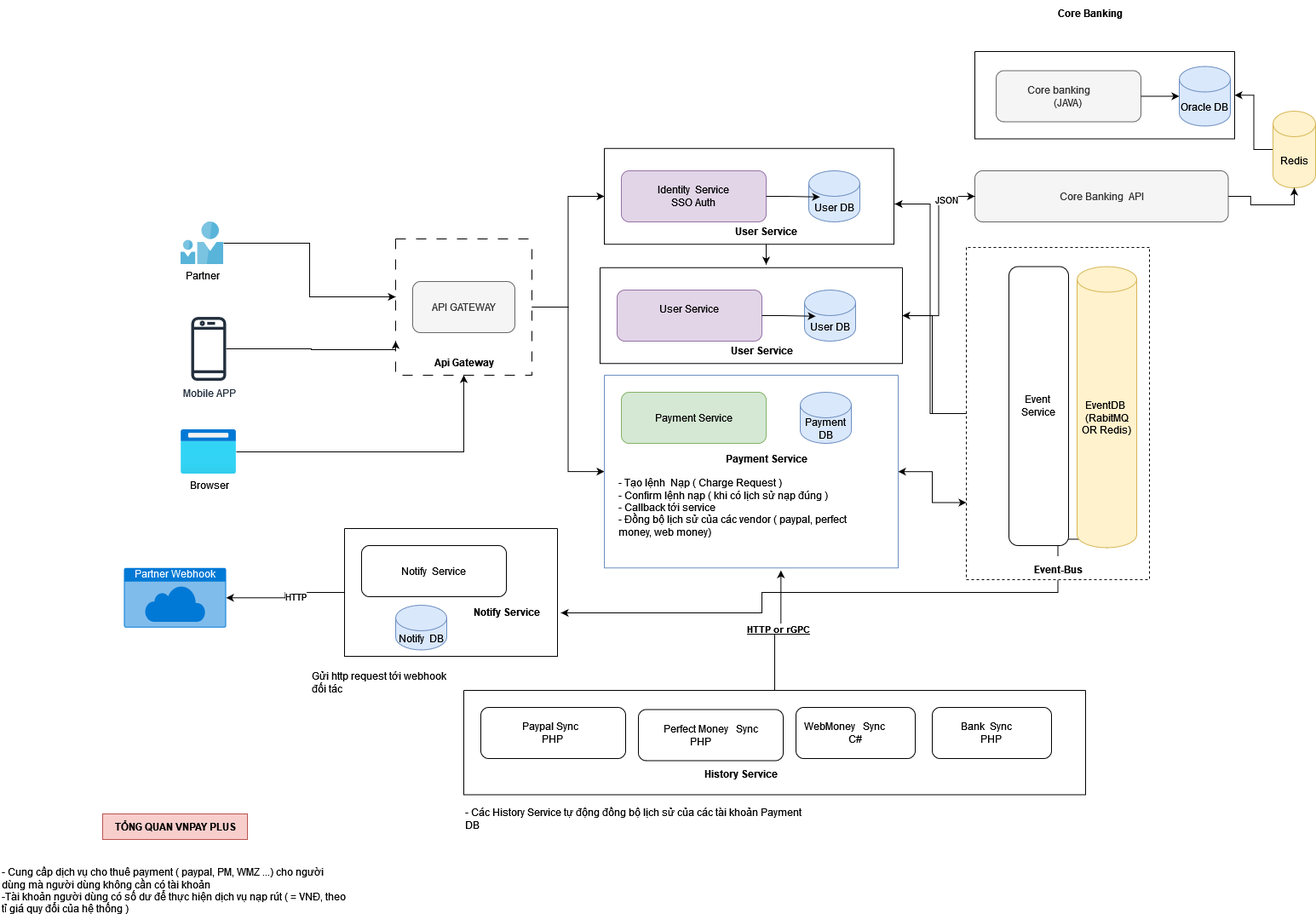
Earlier version of the draw.io export Vivi servicer.drawio.png (bachdev/diagram). Source tidied: cells renumbered, new cells last; positions are measured from the earlier drawing's top-left corner, leaving out a move shared by most shapes. Source of this version:
```xml
<mxGraphModel>
  <root>
    <mxCell id="0" />
    <mxCell id="1" parent="0" />
    <mxCell id="2" style="edgeStyle=orthogonalEdgeStyle;rounded=0;jettySize=auto;html=1;entryX=0;entryY=0.5;entryDx=0;entryDy=0;" parent="1" edge="1" source="4" target="12">
      <mxGeometry relative="1" as="geometry" />
    </mxCell>
    <mxCell id="3" style="edgeStyle=orthogonalEdgeStyle;rounded=0;jettySize=auto;html=1;entryX=0;entryY=0.5;entryDx=0;entryDy=0;" parent="1" edge="1" source="4" target="19">
      <mxGeometry relative="1" as="geometry" />
    </mxCell>
    <mxCell id="4" value="API GATEWAY" style="swimlane;startSize=0;fontColor=none;noLabel=1;dashed=1;dashPattern=12 12;" parent="1" vertex="1">
      <mxGeometry x="464" y="280" width="160" height="160" as="geometry" />
    </mxCell>
    <mxCell id="5" value="API GATEWAY" style="rounded=1;whiteSpace=wrap;html=1;fillColor=#f5f5f5;fontColor=#333333;strokeColor=#666666;" parent="4" vertex="1">
      <mxGeometry x="20" y="50" width="120" height="60" as="geometry" />
    </mxCell>
    <mxCell id="6" value="&lt;b&gt;Api Gateway&lt;br&gt;&lt;/b&gt;" style="text;html=1;align=center;verticalAlign=middle;points=[];strokeColor=none;fillColor=none;" parent="4" vertex="1">
      <mxGeometry x="35" y="130" width="90" height="30" as="geometry" />
    </mxCell>
    <mxCell id="7" value="Core Banking&amp;nbsp; API" style="rounded=1;whiteSpace=wrap;html=1;fillColor=#f5f5f5;strokeColor=#666666;fontColor=#333333;" parent="1" vertex="1">
      <mxGeometry x="1144" y="200" width="297.5" height="60" as="geometry" />
    </mxCell>
    <mxCell id="8" value="Post" style="swimlane;startSize=0;rounded=1;shadow=0;fontColor=none;labelBackgroundColor=none;noLabel=1;" parent="1" vertex="1">
      <mxGeometry x="1144" y="60" width="305" height="102.5" as="geometry" />
    </mxCell>
    <mxCell id="9" value="&lt;div&gt;Core banking&lt;span style=&quot;white-space: pre;&quot;&gt;&#9;&lt;/span&gt;&lt;/div&gt;&lt;div&gt;&lt;span style=&quot;white-space: pre;&quot;&gt;(JAVA)&lt;br&gt;&lt;/span&gt;&lt;/div&gt;" style="rounded=1;whiteSpace=wrap;html=1;fillColor=#f5f5f5;strokeColor=#666666;fontColor=#333333;" parent="8" vertex="1">
      <mxGeometry x="25" y="22.5" width="170" height="60" as="geometry" />
    </mxCell>
    <mxCell id="10" value="Oracle DB" style="shape=cylinder3;whiteSpace=wrap;html=1;boundedLbl=1;backgroundOutline=1;size=15;fillColor=#dae8fc;strokeColor=#6c8ebf;" parent="8" vertex="1">
      <mxGeometry x="240" y="17.5" width="60" height="70" as="geometry" />
    </mxCell>
    <mxCell id="11" style="edgeStyle=orthogonalEdgeStyle;rounded=0;jettySize=auto;html=1;" parent="8" edge="1" source="9" target="10">
      <mxGeometry relative="1" as="geometry" />
    </mxCell>
    <mxCell id="12" value="Post" style="swimlane;startSize=0;rounded=1;shadow=0;fontColor=none;labelBackgroundColor=none;noLabel=1;" parent="1" vertex="1">
      <mxGeometry x="709" y="173.8" width="340" height="112.5" as="geometry" />
    </mxCell>
    <mxCell id="13" style="edgeStyle=orthogonalEdgeStyle;rounded=0;jettySize=auto;html=1;" parent="12" edge="1" source="14">
      <mxGeometry relative="1" as="geometry">
        <mxPoint x="190" y="136.2" as="targetPoint" />
      </mxGeometry>
    </mxCell>
    <mxCell id="14" value="&lt;b&gt;User Service&lt;br&gt;&lt;/b&gt;" style="text;html=1;align=center;verticalAlign=middle;points=[];strokeColor=none;fillColor=none;" parent="12" vertex="1">
      <mxGeometry x="140" y="82.5" width="100" height="30" as="geometry" />
    </mxCell>
    <mxCell id="15" value="&lt;div&gt;Identity&amp;nbsp; Service&lt;/div&gt;&lt;div&gt;SSO Auth &lt;br&gt;&lt;/div&gt;" style="rounded=1;whiteSpace=wrap;html=1;fillColor=#e1d5e7;strokeColor=#9673a6;" parent="12" vertex="1">
      <mxGeometry x="20" y="26.2" width="170" height="60" as="geometry" />
    </mxCell>
    <mxCell id="16" value="User DB" style="shape=cylinder3;whiteSpace=wrap;html=1;boundedLbl=1;backgroundOutline=1;size=15;fillColor=#dae8fc;strokeColor=#6c8ebf;" parent="12" vertex="1">
      <mxGeometry x="240" y="26.2" width="60" height="60" as="geometry" />
    </mxCell>
    <mxCell id="17" style="edgeStyle=orthogonalEdgeStyle;rounded=0;jettySize=auto;html=1;entryX=0.217;entryY=0.513;entryDx=0;entryDy=0;entryPerimeter=0;" parent="12" edge="1" source="15" target="16">
      <mxGeometry relative="1" as="geometry" />
    </mxCell>
    <mxCell id="18" style="edgeStyle=orthogonalEdgeStyle;rounded=0;jettySize=auto;html=1;entryX=0;entryY=0.768;entryDx=0;entryDy=0;startArrow=classic;startFill=1;entryPerimeter=0;" parent="1" edge="1" source="19" target="25">
      <mxGeometry relative="1" as="geometry" />
    </mxCell>
    <mxCell id="19" value="Post" style="swimlane;startSize=0;rounded=1;shadow=0;labelBackgroundColor=none;noLabel=1;fillColor=#dae8fc;strokeColor=#6c8ebf;" parent="1" vertex="1">
      <mxGeometry x="709" y="440" width="345" height="226.2" as="geometry" />
    </mxCell>
    <mxCell id="20" value="&lt;b&gt;Payment Service&lt;br&gt;&lt;/b&gt;" style="text;html=1;align=center;verticalAlign=middle;strokeColor=none;fillColor=none;" parent="19" vertex="1">
      <mxGeometry x="130" y="82.5" width="120" height="30" as="geometry" />
    </mxCell>
    <mxCell id="21" value="Payment Service" style="rounded=1;whiteSpace=wrap;html=1;fillColor=#d5e8d4;strokeColor=#82b366;" parent="19" vertex="1">
      <mxGeometry x="20" y="20" width="170" height="60" as="geometry" />
    </mxCell>
    <mxCell id="22" value="Payment DB" style="shape=cylinder3;whiteSpace=wrap;html=1;boundedLbl=1;backgroundOutline=1;size=15;fillColor=#dae8fc;strokeColor=#6c8ebf;" parent="19" vertex="1">
      <mxGeometry x="230" y="20" width="60" height="60" as="geometry" />
    </mxCell>
    <mxCell id="23" value="&lt;div&gt;- Tạo lệnh&amp;nbsp; Nạp ( Charge Request ) &lt;br&gt;&lt;/div&gt;&lt;div&gt;- Confirm lệnh nạp ( khi có lịch sử nạp đúng ) &lt;br&gt;&lt;/div&gt;&lt;div&gt;- Callback tới service&lt;br&gt;&lt;/div&gt;- Đồng bộ lịch sử của các vendor ( paypal, perfect money, web money)" style="text;html=1;whiteSpace=wrap;overflow=hidden;rounded=0;" parent="19" vertex="1">
      <mxGeometry x="15" y="112.5" width="295" height="97.5" as="geometry" />
    </mxCell>
    <mxCell id="24" style="edgeStyle=orthogonalEdgeStyle;rounded=0;jettySize=auto;html=1;entryX=1;entryY=0.5;entryDx=0;entryDy=0;" parent="1" edge="1" source="25" target="61">
      <mxGeometry relative="1" as="geometry">
        <Array as="points">
          <mxPoint x="1094" y="485" />
          <mxPoint x="1094" y="370" />
        </Array>
      </mxGeometry>
    </mxCell>
    <mxCell id="25" value="Post" style="swimlane;startSize=0;rounded=1;shadow=0;fontColor=none;labelBackgroundColor=none;noLabel=1;dashed=1;" parent="1" vertex="1">
      <mxGeometry x="1134" y="290" width="215" height="390" as="geometry" />
    </mxCell>
    <mxCell id="26" style="edgeStyle=orthogonalEdgeStyle;rounded=0;jettySize=auto;html=1;" parent="25" edge="1" source="27" target="28">
      <mxGeometry relative="1" as="geometry" />
    </mxCell>
    <mxCell id="27" value="&lt;b&gt;Event-Bus&lt;/b&gt;" style="text;html=1;align=center;verticalAlign=middle;points=[];strokeColor=none;fillColor=none;" parent="25" vertex="1">
      <mxGeometry x="67.5" y="362.5" width="80" height="30" as="geometry" />
    </mxCell>
    <mxCell id="28" value="&lt;div&gt;EventDB&amp;nbsp;&lt;/div&gt;&lt;div&gt;(RabitMQ OR Redis)&lt;/div&gt;" style="shape=cylinder3;whiteSpace=wrap;html=1;boundedLbl=1;backgroundOutline=1;size=15;fillColor=#fff2cc;strokeColor=#d6b656;" parent="25" vertex="1">
      <mxGeometry x="130" y="22.5" width="70" height="330" as="geometry" />
    </mxCell>
    <mxCell id="29" value="Event&amp;nbsp; Service" style="rounded=1;whiteSpace=wrap;html=1;" parent="25" vertex="1">
      <mxGeometry x="50" y="22.5" width="70" height="327.5" as="geometry" />
    </mxCell>
    <mxCell id="30" value="TỔNG QUAN VNPAY PLUS" style="text;html=1;align=center;verticalAlign=middle;strokeColor=#b85450;fillColor=#f8cecc;fontStyle=1;" parent="1" vertex="1">
      <mxGeometry x="120" y="955" width="170" height="30" as="geometry" />
    </mxCell>
    <mxCell id="31" style="edgeStyle=orthogonalEdgeStyle;rounded=0;jettySize=auto;html=1;" parent="1" edge="1" source="33" target="57">
      <mxGeometry relative="1" as="geometry" />
    </mxCell>
    <mxCell id="32" value="HTTP" style="edgeLabel;html=1;align=center;verticalAlign=middle;" parent="31" vertex="1">
      <mxGeometry x="-0.2" y="4" relative="1" as="geometry" />
    </mxCell>
    <mxCell id="33" value="Post" style="swimlane;startSize=0;rounded=1;shadow=0;fontColor=none;labelBackgroundColor=none;noLabel=1;" parent="1" vertex="1">
      <mxGeometry x="404" y="620" width="250" height="150" as="geometry" />
    </mxCell>
    <mxCell id="34" value="&lt;b&gt;Notify Service&lt;br&gt;&lt;/b&gt;" style="text;html=1;align=center;verticalAlign=middle;strokeColor=none;fillColor=none;" parent="33" vertex="1">
      <mxGeometry x="140" y="82.5" width="100" height="30" as="geometry" />
    </mxCell>
    <mxCell id="35" value="Notify&amp;nbsp; Service" style="rounded=1;whiteSpace=wrap;html=1;" parent="33" vertex="1">
      <mxGeometry x="20" y="20" width="170" height="60" as="geometry" />
    </mxCell>
    <mxCell id="36" value="Notify&amp;nbsp; DB" style="shape=cylinder3;whiteSpace=wrap;html=1;boundedLbl=1;backgroundOutline=1;size=15;fillColor=#dae8fc;strokeColor=#6c8ebf;" parent="33" vertex="1">
      <mxGeometry x="60" y="90" width="60" height="52.5" as="geometry" />
    </mxCell>
    <mxCell id="37" value="Partner" style="image;sketch=0;html=1;points=[];align=center;fontSize=12;image=img/lib/mscae/Two_User_Icon.svg;" parent="1" vertex="1">
      <mxGeometry x="212" y="260" width="50" height="50" as="geometry" />
    </mxCell>
    <mxCell id="38" style="edgeStyle=orthogonalEdgeStyle;rounded=0;jettySize=auto;html=1;entryX=0;entryY=0.425;entryDx=0;entryDy=0;entryPerimeter=0;" parent="1" edge="1" source="37" target="4">
      <mxGeometry relative="1" as="geometry" />
    </mxCell>
    <mxCell id="39" style="edgeStyle=orthogonalEdgeStyle;rounded=0;jettySize=auto;html=1;entryX=0;entryY=0.75;entryDx=0;entryDy=0;" parent="1" edge="1" source="40" target="4">
      <mxGeometry relative="1" as="geometry">
        <Array as="points">
          <mxPoint x="365" y="409" />
          <mxPoint x="365" y="410" />
          <mxPoint x="464" y="410" />
        </Array>
      </mxGeometry>
    </mxCell>
    <mxCell id="40" value="Mobile APP" style="sketch=0;outlineConnect=0;fontColor=#232F3E;gradientColor=none;fillColor=#232F3D;strokeColor=none;dashed=0;verticalLabelPosition=bottom;verticalAlign=top;align=center;html=1;fontSize=12;fontStyle=0;shape=mxgraph.aws4.mobile_client;" parent="1" vertex="1">
      <mxGeometry x="224" y="370" width="41" height="78" as="geometry" />
    </mxCell>
    <mxCell id="41" style="edgeStyle=orthogonalEdgeStyle;rounded=0;jettySize=auto;html=1;" parent="1" edge="1" source="42" target="6">
      <mxGeometry relative="1" as="geometry" />
    </mxCell>
    <mxCell id="42" value="Browser" style="image;html=1;points=[];align=center;fontSize=12;image=img/lib/azure2/general/Browser.svg;" parent="1" vertex="1">
      <mxGeometry x="212" y="504" width="65" height="52" as="geometry" />
    </mxCell>
    <mxCell id="43" value="Gửi http request tới webhook đối tác " style="text;html=1;whiteSpace=wrap;overflow=hidden;rounded=0;" parent="1" vertex="1">
      <mxGeometry x="364" y="780" width="170" height="60" as="geometry" />
    </mxCell>
    <mxCell id="44" value="Post" style="swimlane;startSize=0;rounded=1;shadow=0;fontColor=none;labelBackgroundColor=none;noLabel=1;" parent="1" vertex="1">
      <mxGeometry x="544" y="810" width="730" height="122.5" as="geometry" />
    </mxCell>
    <mxCell id="45" value="&lt;div&gt;Paypal Sync&lt;span style=&quot;white-space: pre;&quot;&gt;&#9;&lt;/span&gt;&lt;/div&gt;&lt;div&gt;&lt;span style=&quot;white-space: pre;&quot;&gt;PHP&lt;br&gt;&lt;/span&gt;&lt;/div&gt;" style="rounded=1;whiteSpace=wrap;html=1;" parent="44" vertex="1">
      <mxGeometry x="20" y="20" width="170" height="60" as="geometry" />
    </mxCell>
    <mxCell id="46" value="&lt;div&gt;Perfect Money &amp;nbsp; Sync&lt;/div&gt;&lt;div&gt;&lt;span style=&quot;white-space: pre;&quot;&gt;PHP&#9;&lt;/span&gt;&lt;/div&gt;" style="rounded=1;whiteSpace=wrap;html=1;" parent="44" vertex="1">
      <mxGeometry x="205" y="22.5" width="170" height="60" as="geometry" />
    </mxCell>
    <mxCell id="47" value="&lt;div&gt;WebMoney &amp;nbsp; Sync&lt;span style=&quot;white-space: pre;&quot;&gt;&#9;&lt;/span&gt;&lt;/div&gt;&lt;div&gt;&lt;span style=&quot;white-space: pre;&quot;&gt;C#&lt;br&gt;&lt;/span&gt;&lt;/div&gt;" style="rounded=1;whiteSpace=wrap;html=1;" parent="44" vertex="1">
      <mxGeometry x="390" y="20" width="140" height="60" as="geometry" />
    </mxCell>
    <mxCell id="48" value="&lt;div&gt;Bank&amp;nbsp; Sync&lt;span style=&quot;white-space: pre;&quot;&gt;&#9;&lt;/span&gt;&lt;/div&gt;&lt;div&gt;&lt;span style=&quot;white-space: pre;&quot;&gt;PHP&lt;br&gt;&lt;/span&gt;&lt;/div&gt;" style="rounded=1;whiteSpace=wrap;html=1;" parent="44" vertex="1">
      <mxGeometry x="550" y="20" width="140" height="60" as="geometry" />
    </mxCell>
    <mxCell id="49" value="&lt;b&gt;History Service&lt;br&gt;&lt;/b&gt;" style="text;html=1;align=center;verticalAlign=middle;strokeColor=none;fillColor=none;" parent="44" vertex="1">
      <mxGeometry x="270" y="82.5" width="110" height="30" as="geometry" />
    </mxCell>
    <mxCell id="50" style="edgeStyle=orthogonalEdgeStyle;rounded=0;jettySize=auto;html=1;entryX=0.601;entryY=1.013;entryDx=0;entryDy=0;entryPerimeter=0;" parent="1" edge="1" source="44" target="19">
      <mxGeometry relative="1" as="geometry" />
    </mxCell>
    <mxCell id="51" value="HTTP or rGPC" style="edgeLabel;html=1;align=center;verticalAlign=middle;fontStyle=5;" parent="50" vertex="1">
      <mxGeometry x="0.02" y="1" relative="1" as="geometry" />
    </mxCell>
    <mxCell id="52" value="&lt;div&gt;- Các History Service tự động đồng bộ lịch sử của các tài khoản Payment DB&lt;br&gt;&lt;/div&gt;" style="text;html=1;whiteSpace=wrap;overflow=hidden;rounded=0;" parent="1" vertex="1">
      <mxGeometry x="544" y="940" width="410" height="60" as="geometry" />
    </mxCell>
    <mxCell id="53" style="edgeStyle=orthogonalEdgeStyle;rounded=0;jettySize=auto;html=1;entryX=1;entryY=0.5;entryDx=0;entryDy=0;" parent="1" edge="1" source="54" target="8">
      <mxGeometry relative="1" as="geometry" />
    </mxCell>
    <mxCell id="54" value="Redis" style="shape=cylinder3;whiteSpace=wrap;html=1;boundedLbl=1;backgroundOutline=1;size=15;fillColor=#fff2cc;strokeColor=#d6b656;" parent="1" vertex="1">
      <mxGeometry x="1494" y="130" width="50" height="90" as="geometry" />
    </mxCell>
    <mxCell id="55" style="edgeStyle=orthogonalEdgeStyle;rounded=0;jettySize=auto;html=1;entryX=0.5;entryY=1;entryDx=0;entryDy=0;entryPerimeter=0;" parent="1" edge="1" source="7" target="54">
      <mxGeometry relative="1" as="geometry" />
    </mxCell>
    <mxCell id="56" style="edgeStyle=orthogonalEdgeStyle;rounded=0;jettySize=auto;html=1;entryX=1.016;entryY=0.66;entryDx=0;entryDy=0;entryPerimeter=0;" parent="1" edge="1" source="25" target="33">
      <mxGeometry relative="1" as="geometry">
        <Array as="points">
          <mxPoint x="1242" y="695" />
          <mxPoint x="894" y="695" />
          <mxPoint x="894" y="719" />
        </Array>
      </mxGeometry>
    </mxCell>
    <mxCell id="57" value="&lt;div&gt;Partner Webhook&lt;/div&gt;&lt;div&gt;&lt;br&gt;&lt;/div&gt;" style="html=1;whiteSpace=wrap;strokeColor=none;fillColor=#0079D6;labelPosition=center;verticalLabelPosition=middle;verticalAlign=top;align=center;fontSize=12;outlineConnect=0;spacingTop=-6;fontColor=#FFFFFF;sketch=0;shape=mxgraph.sitemap.cloud;" parent="1" vertex="1">
      <mxGeometry x="145" y="666.2" width="120" height="70" as="geometry" />
    </mxCell>
    <mxCell id="58" value="&lt;b&gt;Core Banking&lt;br&gt;&lt;/b&gt;" style="text;html=1;align=center;verticalAlign=middle;strokeColor=none;fillColor=none;" parent="1" vertex="1">
      <mxGeometry x="1229" width="100" height="30" as="geometry" />
    </mxCell>
    <mxCell id="59" style="edgeStyle=orthogonalEdgeStyle;rounded=0;jettySize=auto;html=1;entryX=0;entryY=0.5;entryDx=0;entryDy=0;" parent="1" edge="1" source="61" target="7">
      <mxGeometry relative="1" as="geometry" />
    </mxCell>
    <mxCell id="60" value="JSON" style="edgeLabel;html=1;align=center;verticalAlign=middle;" parent="59" vertex="1">
      <mxGeometry x="0.71" y="-3" relative="1" as="geometry" />
    </mxCell>
    <mxCell id="61" value="Post" style="swimlane;startSize=0;rounded=1;shadow=0;fontColor=none;labelBackgroundColor=none;noLabel=1;" parent="1" vertex="1">
      <mxGeometry x="704" y="313.8" width="355" height="112.5" as="geometry" />
    </mxCell>
    <mxCell id="62" value="&lt;b&gt;User Service&lt;br&gt;&lt;/b&gt;" style="text;html=1;align=center;verticalAlign=middle;strokeColor=none;fillColor=none;" parent="61" vertex="1">
      <mxGeometry x="140" y="82.5" width="100" height="30" as="geometry" />
    </mxCell>
    <mxCell id="63" value="&lt;div&gt;User Service&lt;/div&gt;&lt;div&gt;&lt;br&gt;&lt;/div&gt;" style="rounded=1;whiteSpace=wrap;html=1;fillColor=#e1d5e7;strokeColor=#9673a6;" parent="61" vertex="1">
      <mxGeometry x="20" y="26.2" width="170" height="60" as="geometry" />
    </mxCell>
    <mxCell id="64" value="User DB" style="shape=cylinder3;whiteSpace=wrap;html=1;boundedLbl=1;backgroundOutline=1;size=15;fillColor=#dae8fc;strokeColor=#6c8ebf;" parent="61" vertex="1">
      <mxGeometry x="240" y="26.2" width="60" height="60" as="geometry" />
    </mxCell>
    <mxCell id="65" style="edgeStyle=orthogonalEdgeStyle;rounded=0;jettySize=auto;html=1;entryX=0.217;entryY=0.513;entryDx=0;entryDy=0;entryPerimeter=0;" parent="61" edge="1" source="63" target="64">
      <mxGeometry relative="1" as="geometry" />
    </mxCell>
    <mxCell id="66" style="edgeStyle=orthogonalEdgeStyle;rounded=0;jettySize=auto;html=1;entryX=1.003;entryY=0.58;entryDx=0;entryDy=0;entryPerimeter=0;" parent="1" edge="1" source="25" target="12">
      <mxGeometry relative="1" as="geometry" />
    </mxCell>
    <mxCell id="67" value="&lt;div&gt;- Cung cấp dịch vụ cho thuê payment ( paypal, PM, WMZ ...) cho người dùng mà người dùng không cần có tài khoản &lt;br&gt;&lt;/div&gt;&lt;div&gt;-Tài khoản người dùng có số dư để thực hiện dịch vụ nạp rút ( = VNĐ, theo tỉ giá quy đổi của hệ thống ) &lt;br&gt;&lt;/div&gt;&lt;div&gt;&lt;br&gt;&lt;/div&gt;" style="text;html=1;whiteSpace=wrap;overflow=hidden;rounded=0;" parent="1" vertex="1">
      <mxGeometry y="1010" width="410" height="60" as="geometry" />
    </mxCell>
  </root>
</mxGraphModel>
```
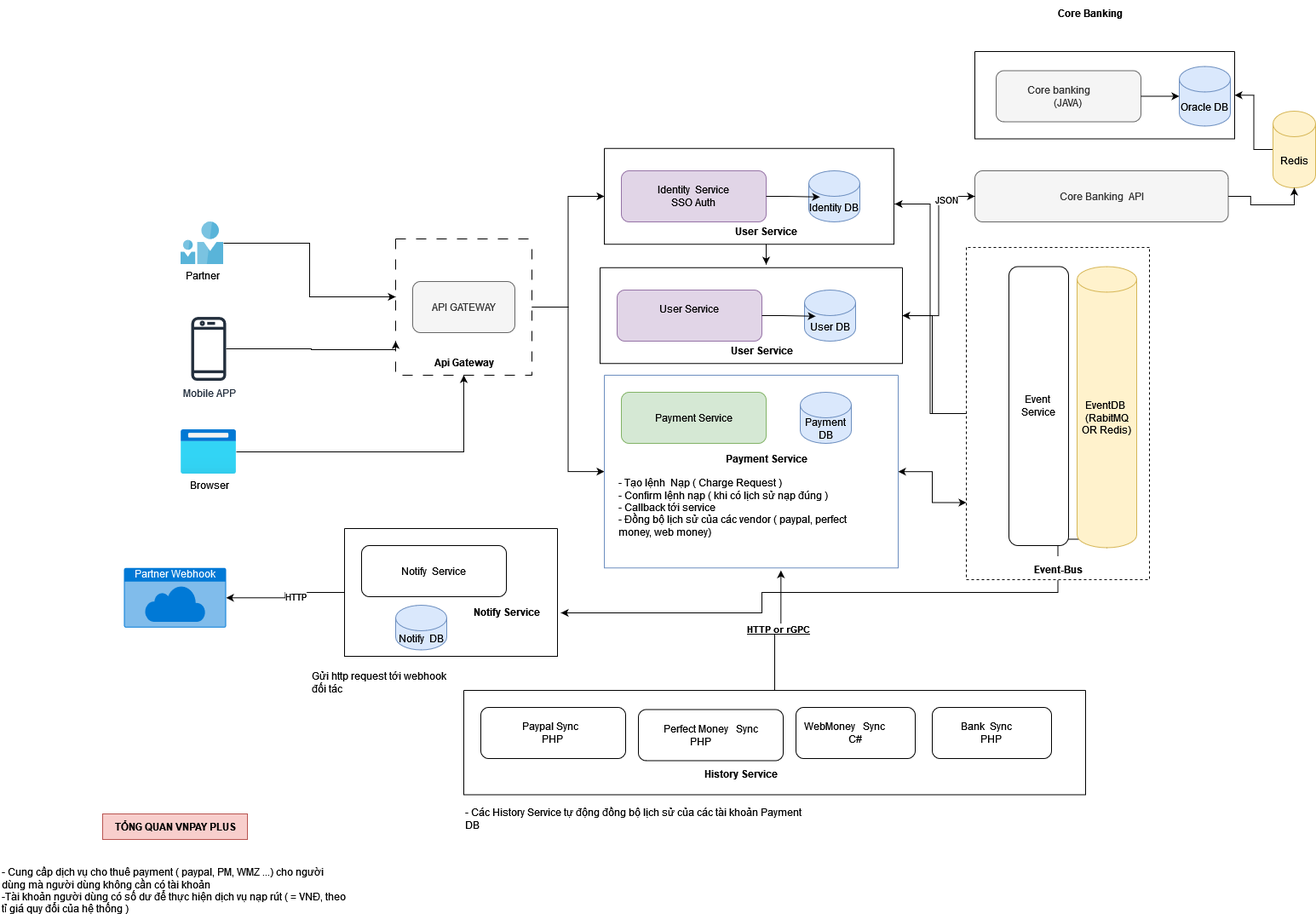
Later version of the same file.

Change to the diagram source:
```diff
@@ -46,7 +46,7 @@
     <mxCell id="15" value="&lt;div&gt;Identity&amp;nbsp; Service&lt;/div&gt;&lt;div&gt;SSO Auth &lt;br&gt;&lt;/div&gt;" style="rounded=1;whiteSpace=wrap;html=1;fillColor=#e1d5e7;strokeColor=#9673a6;" parent="12" vertex="1">
       <mxGeometry x="20" y="26.2" width="170" height="60" as="geometry" />
     </mxCell>
-    <mxCell id="16" value="User DB" style="shape=cylinder3;whiteSpace=wrap;html=1;boundedLbl=1;backgroundOutline=1;size=15;fillColor=#dae8fc;strokeColor=#6c8ebf;" parent="12" vertex="1">
+    <mxCell id="16" value="Identity DB" style="shape=cylinder3;whiteSpace=wrap;html=1;boundedLbl=1;backgroundOutline=1;size=15;fillColor=#dae8fc;strokeColor=#6c8ebf;" parent="12" vertex="1">
       <mxGeometry x="240" y="26.2" width="60" height="60" as="geometry" />
     </mxCell>
     <mxCell id="17" style="edgeStyle=orthogonalEdgeStyle;rounded=0;jettySize=auto;html=1;entryX=0.217;entryY=0.513;entryDx=0;entryDy=0;entryPerimeter=0;" parent="12" edge="1" source="15" target="16">
```
